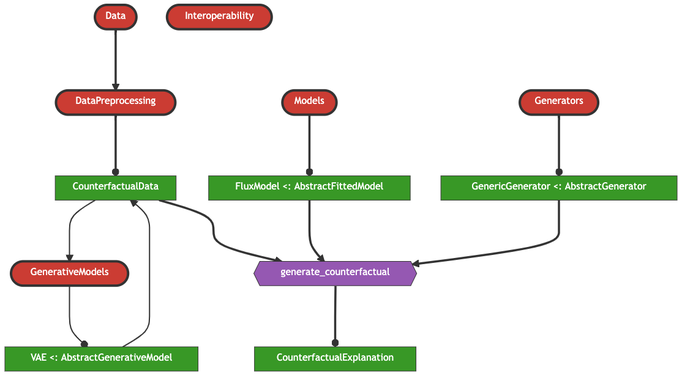
JuliaTrustworthyAI/CounterfactualExplanations.jl keeps this Mermaid diagram as dev/resources/pkg_architecture.png. Above is the earlier version. Its source is kept beside it as dev/resources/pkg_architecture.mmd. Its diagram source:
```mermaid
flowchart TB

    classDef module fill:#cb3c33,stroke:#333,color:#fff,stroke-width:4px;
    classDef struct fill:#389826,stroke:#333,color:#fff;
    classDef funct fill:#9558b2,stroke:#333,color:#fff;
    data(["Data"])
    generative(["GenerativeModels"])
    vae["VAE <: AbstractGenerativeModel"]
    data_pre(["DataPreprocessing"])
    c_data["CounterfactualData"]
    models(["Models"])
    model["FluxModel <: AbstractFittedModel"]
    generators(["Generators"])
    generator["GenericGenerator <: AbstractGenerator"]
    generate_counterfactual{{"generate_counterfactual"}}
    ce["CounterfactualExplanation"]

    class vae,c_data,model,generator,ce struct;
    class data,generative,data_pre,models,generators module;
    class generate_counterfactual funct;

    data ===> data_pre
    data_pre ===o c_data
    c_data ---> generative
    generative ---o vae
    vae ---> c_data

    models ===o model

    generators ===o generator

    c_data & model & generator ===> generate_counterfactual

    generate_counterfactual ===o ce
```
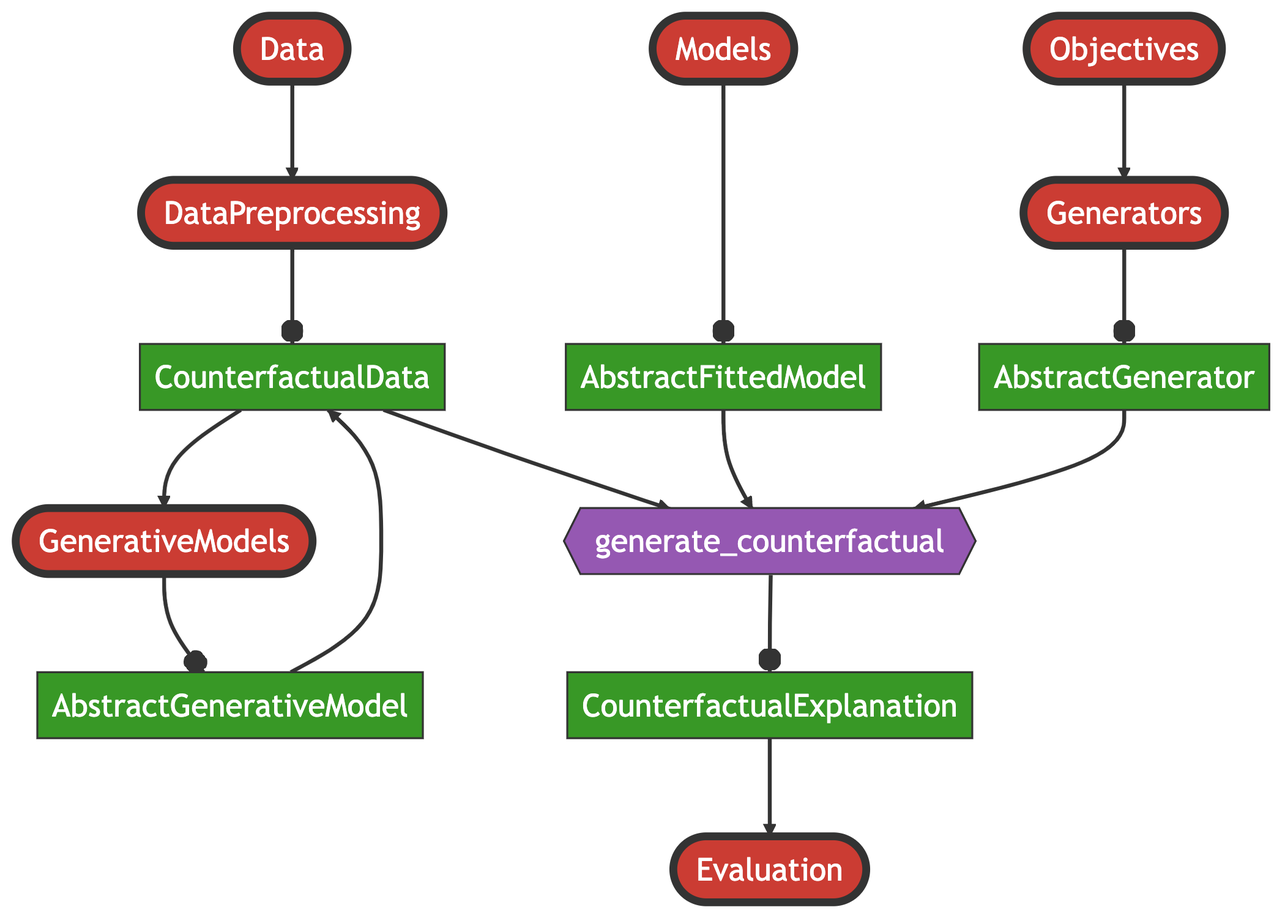
The same diagram one commit later.

Diff of the diagram source:
```diff
@@ -3,32 +3,38 @@
     classDef module fill:#cb3c33,stroke:#333,color:#fff,stroke-width:4px;
     classDef struct fill:#389826,stroke:#333,color:#fff;
     classDef funct fill:#9558b2,stroke:#333,color:#fff;
+
     data(["Data"])
     generative(["GenerativeModels"])
-    vae["VAE <: AbstractGenerativeModel"]
+    vae["AbstractGenerativeModel"]
     data_pre(["DataPreprocessing"])
     c_data["CounterfactualData"]
     models(["Models"])
-    model["FluxModel <: AbstractFittedModel"]
+    model["AbstractFittedModel"]
     generators(["Generators"])
-    generator["GenericGenerator <: AbstractGenerator"]
+    generator["AbstractGenerator"]
     generate_counterfactual{{"generate_counterfactual"}}
     ce["CounterfactualExplanation"]
+    eval(["Evaluation"])
+    obj(["Objectives"])
 
     class vae,c_data,model,generator,ce struct;
-    class data,generative,data_pre,models,generators module;
+    class data,generative,data_pre,models,generators,eval,obj module;
     class generate_counterfactual funct;
 
-    data ===> data_pre
-    data_pre ===o c_data
-    c_data ---> generative
-    generative ---o vae
+    data --> data_pre
+    data_pre --o c_data
+    c_data --> generative
+    generative --o vae
     vae ---> c_data
 
-    models ===o model
+    models ---o model
 
-    generators ===o generator
+    obj --> generators
+    generators --o generator
 
-    c_data & model & generator ===> generate_counterfactual
+    c_data & model & generator --> generate_counterfactual
 
-    generate_counterfactual ===o ce
+    generate_counterfactual --o ce
+
+    ce --> eval
```
